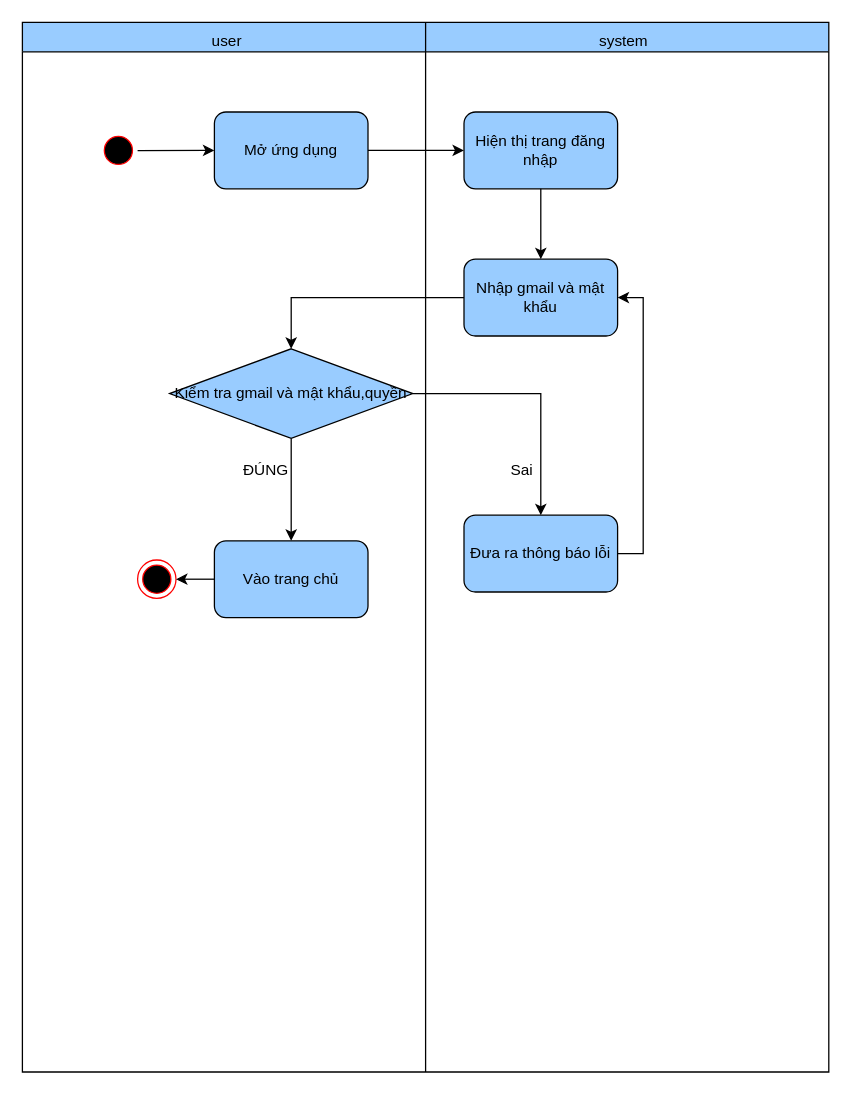
Before: page "Activity Đăng nhập" (3 of 33) of Biểu đồ không có tiêu đề.drawio in anhduy7723/api_auth, a draw.io diagram. Source tidied: cells renumbered, new cells numbered last; positions are measured from the earlier drawing's top-left corner, leaving out a move shared by most shapes. Both pictures are drawn from the tidied source at 128%, with x=0, y=0 at pixel (22, 22).
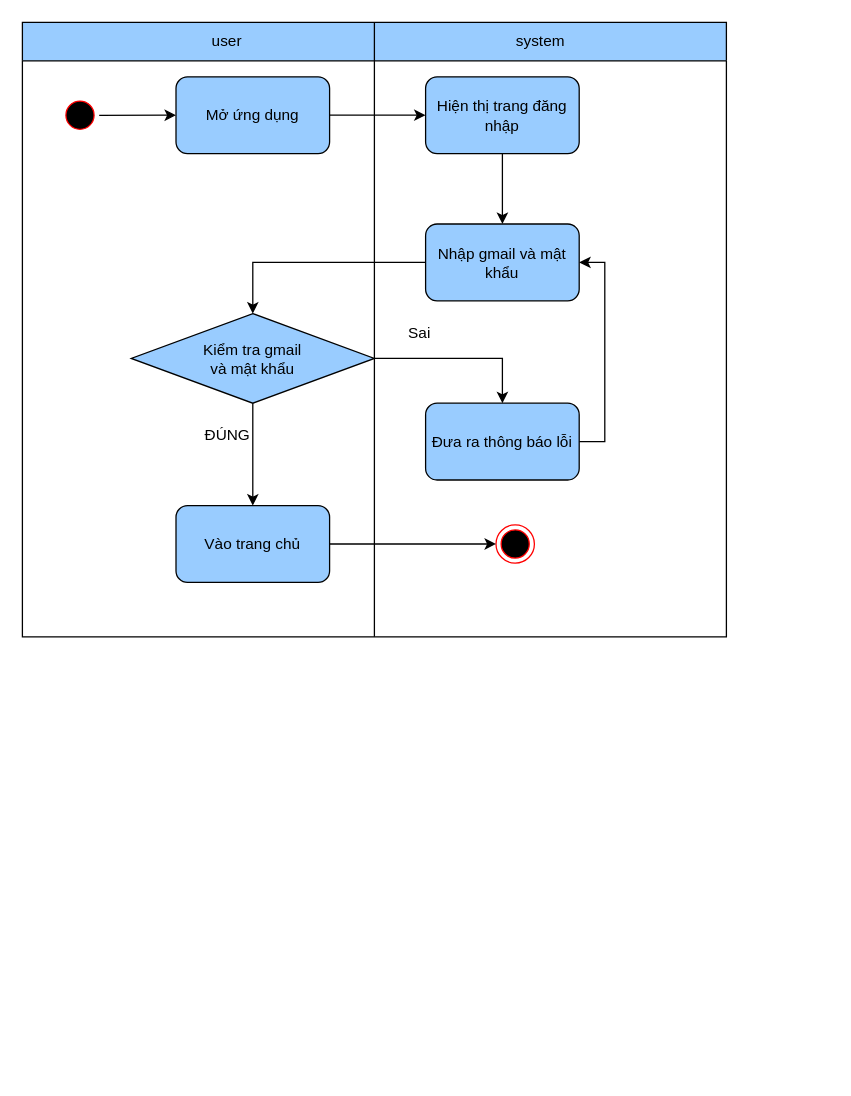
The same diagram, later.

The edit, as a diff of the source:
```diff
@@
-    <mxCell id="2" style="swimlane;startSize=23;fillColor=#99CCFF;" parent="1" vertex="1">
-      <mxGeometry width="630" height="820" as="geometry" />
+    <mxCell id="2" style="swimlane;startSize=30;fillColor=#99CCFF;" parent="1" vertex="1">
+      <mxGeometry width="550" height="480" as="geometry" />
     </mxCell>
@@
     <mxCell id="4" value="system" style="text;html=1;align=center;verticalAlign=middle;whiteSpace=wrap;rounded=0;" parent="2" vertex="1">
-      <mxGeometry x="440" width="60" height="30" as="geometry" />
+      <mxGeometry x="375" width="60" height="30" as="geometry" />
     </mxCell>
@@
     <mxCell id="7" value="Mở ứng dụng" style="rounded=1;whiteSpace=wrap;html=1;fillColor=#99CCFF;" parent="2" vertex="1">
-      <mxGeometry x="150" y="70" width="120" height="60" as="geometry" />
+      <mxGeometry x="120" y="42.5" width="120" height="60" as="geometry" />
     </mxCell>
     <mxCell id="8" value="Hiện thị trang đăng nhập" style="rounded=1;whiteSpace=wrap;html=1;fillColor=#99CCFF;" parent="2" vertex="1">
-      <mxGeometry x="345" y="70" width="120" height="60" as="geometry" />
+      <mxGeometry x="315" y="42.5" width="120" height="60" as="geometry" />
     </mxCell>
     <mxCell id="9" style="edgeStyle=orthogonalEdgeStyle;rounded=0;jettySize=auto;html=1;entryX=0.5;entryY=0;entryDx=0;entryDy=0;" parent="2" edge="1" source="10" target="14">
       <mxGeometry relative="1" as="geometry">
         <Array as="points">
-          <mxPoint x="210" y="215" />
+          <mxPoint x="180" y="187.5" />
         </Array>
       </mxGeometry>
     </mxCell>
     <mxCell id="10" value="Nhập gmail và mật khẩu" style="rounded=1;whiteSpace=wrap;html=1;fillColor=#99CCFF;" parent="2" vertex="1">
-      <mxGeometry x="345" y="185" width="120" height="60" as="geometry" />
+      <mxGeometry x="315" y="157.5" width="120" height="60" as="geometry" />
     </mxCell>
@@
     <mxCell id="12" style="edgeStyle=none;rounded=0;jettySize=auto;html=1;exitX=1;exitY=0.5;exitDx=0;exitDy=0;" parent="2" edge="1" source="14" target="16">
       <mxGeometry relative="1" as="geometry">
         <Array as="points">
-          <mxPoint x="405" y="290" />
+          <mxPoint x="375" y="262.5" />
         </Array>
       </mxGeometry>
     </mxCell>
@@
-    <mxCell id="14" value="Kiểm tra gmail và mật khẩu,quyền" style="rhombus;whiteSpace=wrap;html=1;fillColor=#99CCFF;" parent="2" vertex="1">
-      <mxGeometry x="115" y="255" width="190" height="70" as="geometry" />
+    <mxCell id="14" value="Kiểm tra gmail &lt;br&gt;và mật khẩu" style="rhombus;whiteSpace=wrap;html=1;fillColor=#99CCFF;" parent="2" vertex="1">
+      <mxGeometry x="85" y="227.5" width="190" height="70" as="geometry" />
     </mxCell>
@@
     <mxCell id="16" value="Đưa ra thông báo lỗi" style="rounded=1;whiteSpace=wrap;html=1;fillColor=#99CCFF;" parent="2" vertex="1">
-      <mxGeometry x="345" y="385" width="120" height="60" as="geometry" />
+      <mxGeometry x="315" y="297.5" width="120" height="60" as="geometry" />
     </mxCell>
     <mxCell id="17" value="Sai" style="text;html=1;align=center;verticalAlign=middle;strokeColor=none;fillColor=none;" parent="2" vertex="1">
-      <mxGeometry x="370" y="335" width="40" height="30" as="geometry" />
+      <mxGeometry x="290" y="227.5" width="40" height="30" as="geometry" />
     </mxCell>
     <mxCell id="18" style="ellipse;html=1;shape=startState;fillColor=#000000;strokeColor=#ff0000;" parent="2" vertex="1">
-      <mxGeometry x="60" y="85" width="30" height="30" as="geometry" />
+      <mxGeometry x="30" y="57.5" width="30" height="30" as="geometry" />
     </mxCell>
     <mxCell id="19" value="ĐÚNG" style="text;html=1;align=center;verticalAlign=middle;strokeColor=none;fillColor=none;" parent="2" vertex="1">
-      <mxGeometry x="160" y="335" width="60" height="30" as="geometry" />
+      <mxGeometry x="130" y="307.5" width="60" height="30" as="geometry" />
     </mxCell>
     <mxCell id="20" value="Vào trang chủ" style="rounded=1;whiteSpace=wrap;html=1;gradientColor=none;fillColor=#99CCFF;" parent="2" vertex="1">
-      <mxGeometry x="150" y="405" width="120" height="60" as="geometry" />
+      <mxGeometry x="120" y="377.5" width="120" height="60" as="geometry" />
     </mxCell>
     <mxCell id="21" style="ellipse;html=1;shape=endState;fillColor=#000000;strokeColor=#ff0000;" parent="2" vertex="1">
-      <mxGeometry x="90" y="420" width="30" height="30" as="geometry" />
+      <mxGeometry x="370" y="392.5" width="30" height="30" as="geometry" />
     </mxCell>
@@
     <mxCell id="23" style="edgeStyle=none;rounded=0;jettySize=auto;html=1;entryX=0;entryY=0.5;entryDx=0;entryDy=0;" parent="2" edge="1" target="18">
       <mxGeometry relative="1" as="geometry">
-        <mxPoint x="60" y="100" as="sourcePoint" />
+        <mxPoint x="30" y="72.5" as="sourcePoint" />
       </mxGeometry>
     </mxCell>
```
